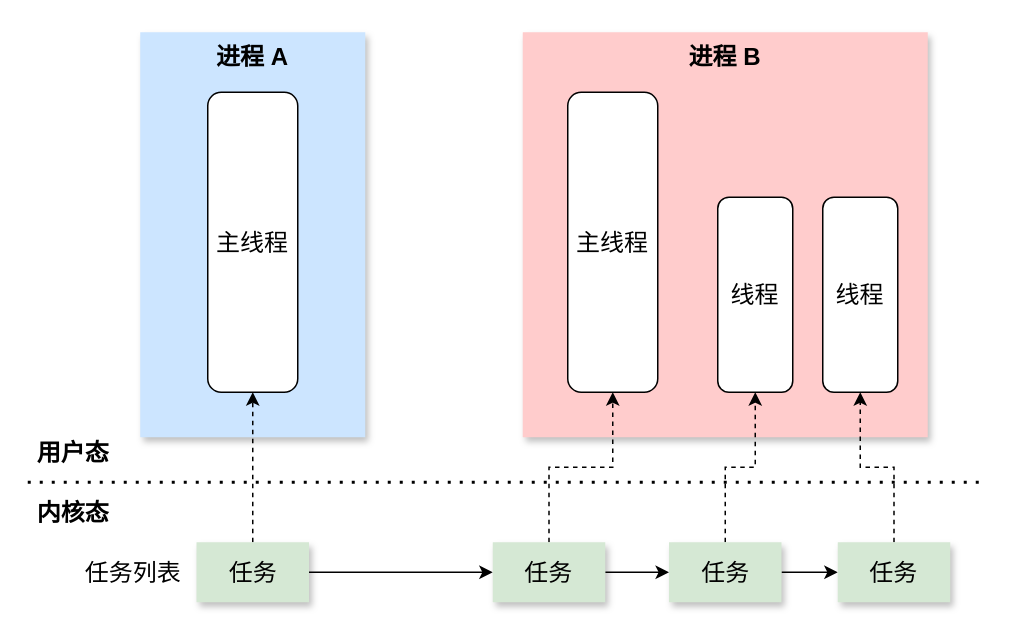
Earlier version of the draw.io diagram 操作系统/CPU伪共享/任务.drawio (xiaolincoder/ImageHost3). Source tidied: cells renumbered, new cells numbered last; positions are measured from the earlier drawing's top-left corner, leaving out a move shared by most shapes. Both pictures are drawn from the tidied source at 150%, with x=0, y=0 at pixel (27, 32).
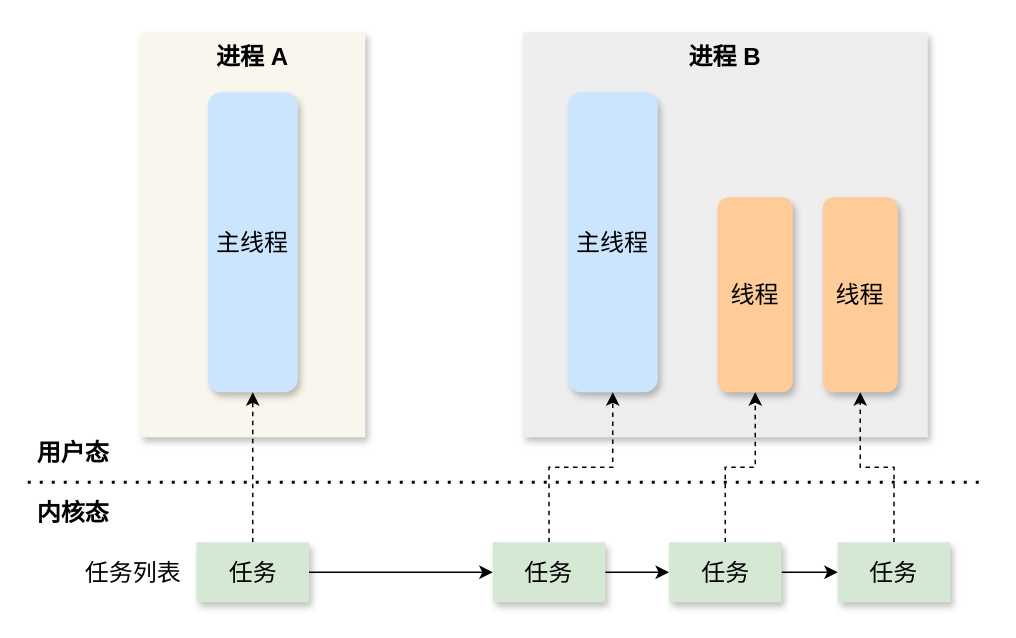
The same diagram, later.

Diff of the diagram source:
```diff
@@
-    <mxCell id="2" value="进程 B" style="rounded=0;whiteSpace=wrap;html=1;fontSize=16;verticalAlign=top;fontStyle=1;fillColor=#ffcccc;strokeColor=none;sketch=0;shadow=1;" parent="1" vertex="1">
+    <mxCell id="2" value="进程 B" style="rounded=0;whiteSpace=wrap;html=1;fontSize=16;verticalAlign=top;fontStyle=1;fillColor=#eeeeee;sketch=0;shadow=1;strokeColor=none;" parent="1" vertex="1">
       <mxGeometry x="330" width="270" height="270" as="geometry" />
     </mxCell>
-    <mxCell id="3" value="进程 A" style="rounded=0;whiteSpace=wrap;html=1;fontSize=16;verticalAlign=top;fontStyle=1;fillColor=#cce5ff;strokeColor=none;sketch=0;shadow=1;" parent="1" vertex="1">
+    <mxCell id="3" value="进程 A" style="rounded=0;whiteSpace=wrap;html=1;fontSize=16;verticalAlign=top;fontStyle=1;fillColor=#f9f7ed;sketch=0;shadow=1;strokeColor=none;" parent="1" vertex="1">
       <mxGeometry x="75" width="150" height="270" as="geometry" />
     </mxCell>
-    <mxCell id="4" value="主线程" style="rounded=1;whiteSpace=wrap;html=1;fontSize=16;" parent="1" vertex="1">
+    <mxCell id="4" value="主线程" style="rounded=1;whiteSpace=wrap;html=1;fontSize=16;fillColor=#cce5ff;shadow=1;strokeColor=none;" parent="1" vertex="1">
       <mxGeometry x="120" y="40" width="60" height="200" as="geometry" />
     </mxCell>
-    <mxCell id="5" value="主线程" style="rounded=1;whiteSpace=wrap;html=1;fontSize=16;" parent="1" vertex="1">
+    <mxCell id="5" value="主线程" style="rounded=1;whiteSpace=wrap;html=1;fontSize=16;fillColor=#cce5ff;shadow=1;strokeColor=none;" parent="1" vertex="1">
       <mxGeometry x="360" y="40" width="60" height="200" as="geometry" />
     </mxCell>
-    <mxCell id="6" value="线程" style="rounded=1;whiteSpace=wrap;html=1;fontSize=16;" parent="1" vertex="1">
+    <mxCell id="6" value="线程" style="rounded=1;whiteSpace=wrap;html=1;fontSize=16;fillColor=#ffcc99;strokeColor=none;shadow=1;" parent="1" vertex="1">
       <mxGeometry x="460" y="110" width="50" height="130" as="geometry" />
     </mxCell>
-    <mxCell id="7" value="线程" style="rounded=1;whiteSpace=wrap;html=1;fontSize=16;" parent="1" vertex="1">
+    <mxCell id="7" value="线程" style="rounded=1;whiteSpace=wrap;html=1;fontSize=16;fillColor=#ffcc99;strokeColor=none;shadow=1;" parent="1" vertex="1">
       <mxGeometry x="530" y="110" width="50" height="130" as="geometry" />
     </mxCell>
```
